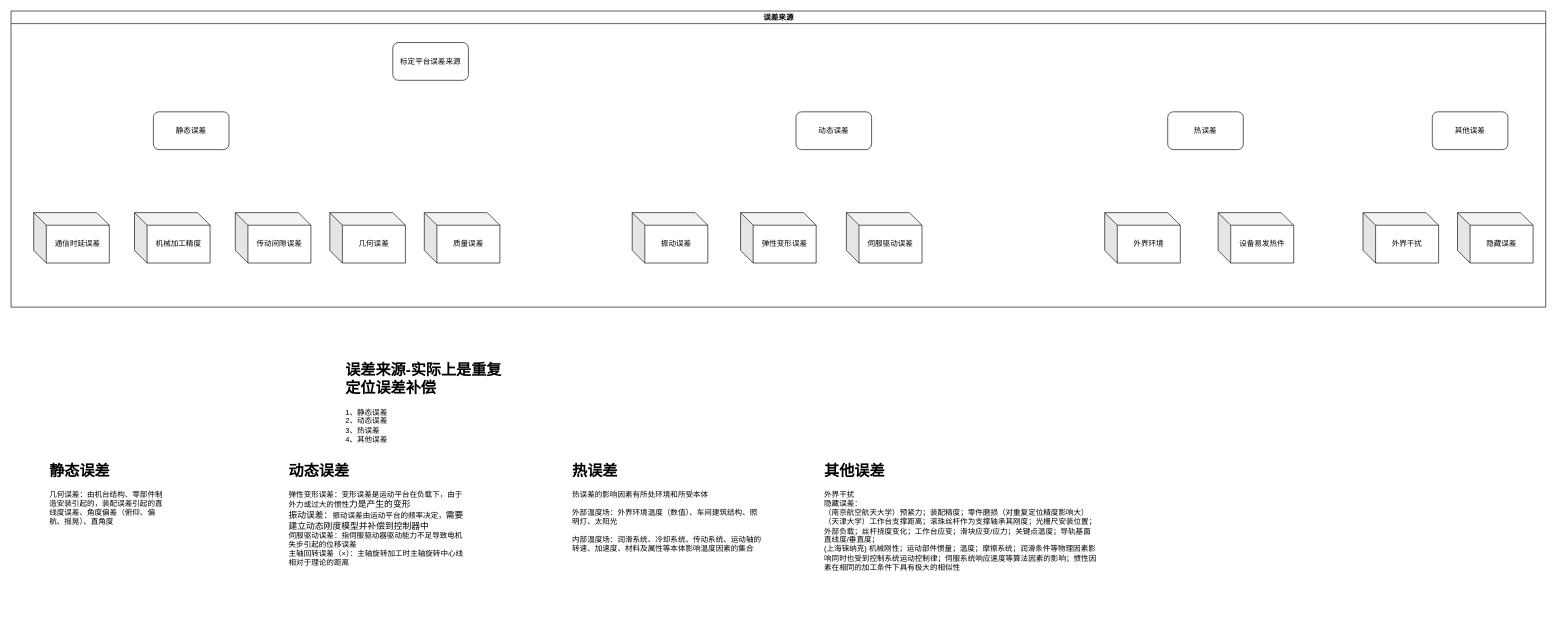
This is 误差来源.drawio from wjaswdd/draw.io, a draw.io file, before an edit. Source tidied: cells renumbered, new cells numbered last; positions are measured from the earlier drawing's top-left corner, leaving out a move shared by most shapes. Both pictures are drawn from the tidied source at 63%, with x=0, y=0 at pixel (11, 11).
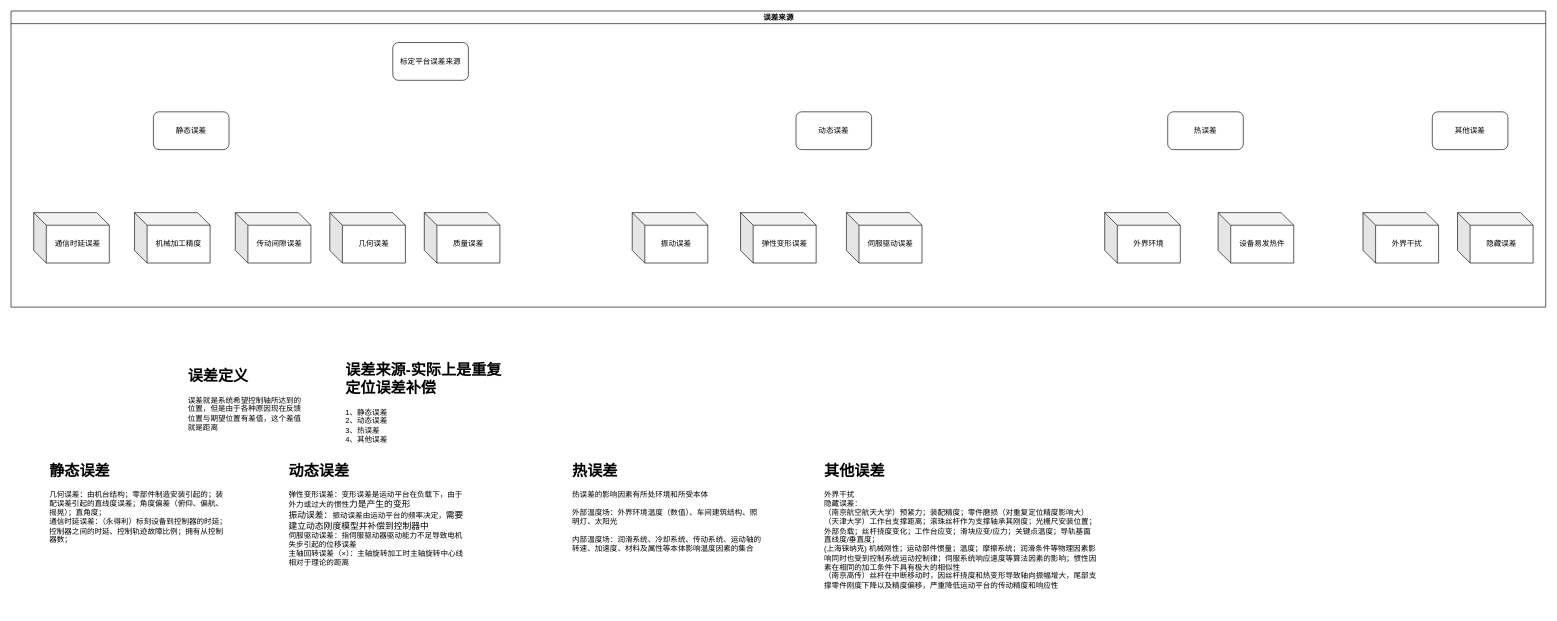
The same diagram, later.

Commit message:
更新误差来源.drawio

What changed in the source:
```diff
@@
-    <mxCell id="22" value="&lt;h1&gt;静态误差&lt;/h1&gt;&lt;div&gt;几何误差：由机台结构、零部件制造安装引起的，装配误差引起的直线度误差、角度偏差（俯仰、偏航、摇晃）、直角度&lt;/div&gt;" style="text;html=1;strokeColor=none;fillColor=none;spacing=5;spacingTop=-20;whiteSpace=wrap;overflow=hidden;rounded=0;" parent="1" vertex="1">
-      <mxGeometry x="56" y="710" width="190" height="150" as="geometry" />
+    <mxCell id="22" value="&lt;h1&gt;静态误差&lt;/h1&gt;&lt;div&gt;几何误差：由机台结构；零部件制造安装引起的；装配误差引起的直线度误差；角度偏差（俯仰、偏航、摇晃）；直角度；&lt;/div&gt;&lt;div&gt;通信时延误差：（永得利）标刻设备到控制器的时延；控制器之间的时延、控制轨迹故障比例；拥有从控制器数；&lt;/div&gt;" style="text;html=1;strokeColor=none;fillColor=none;spacing=5;spacingTop=-20;whiteSpace=wrap;overflow=hidden;rounded=0;" parent="1" vertex="1">
+      <mxGeometry x="56" y="710" width="290" height="200" as="geometry" />
     </mxCell>
-    <mxCell id="23" value="&lt;h1&gt;其他误差&lt;/h1&gt;&lt;div&gt;外界干扰&lt;/div&gt;&lt;div&gt;隐藏误差：&lt;/div&gt;（南京航空航天大学）&lt;span style=&quot;background-color: initial;&quot;&gt;预紧力；装配精度；零&lt;/span&gt;件磨损（对重复定位精度影响大）&lt;br&gt;（天津大学）工作台支撑距离；滚珠丝杆作为支撑轴承其刚度；光栅尺安装位置；外部负载；丝杆挠度变化；工作台应变；滑块应变/应力；关键点温度；导轨基面直线度/垂直度；&lt;br&gt;(上海铼纳克) 机械刚性；运动部件惯量；温度；摩擦系统；润滑条件等物理因素影响同时也受到控制系统运动控制律；伺服系统响应速度等算法因素的影响；惯性因素在相同的加工条件下具有极大的相似性" style="text;html=1;strokeColor=none;fillColor=none;spacing=5;spacingTop=-20;whiteSpace=wrap;overflow=hidden;rounded=0;" parent="1" vertex="1">
+    <mxCell id="23" value="&lt;h1&gt;其他误差&lt;/h1&gt;&lt;div&gt;外界干扰&lt;/div&gt;&lt;div&gt;隐藏误差：&lt;/div&gt;（南京航空航天大学）&lt;span style=&quot;background-color: initial;&quot;&gt;预紧力；装配精度；零&lt;/span&gt;件磨损（对重复定位精度影响大）&lt;br&gt;（天津大学）工作台支撑距离；滚珠丝杆作为支撑轴承其刚度；光栅尺安装位置；外部负载；丝杆挠度变化；工作台应变；滑块应变/应力；关键点温度；导轨基面直线度/垂直度；&lt;br&gt;(上海铼纳克) 机械刚性；运动部件惯量；温度；摩擦系统；润滑条件等物理因素影响同时也受到控制系统运动控制律；伺服系统响应速度等算法因素的影响；惯性因素在相同的加工条件下具有极大的相似性&lt;br&gt;（南京高传）丝杆在中断移动时，因丝杆挠度和热变形导致轴向振幅增大，尾部支撑零件刚度下降以及精度偏移，严重降低运动平台的传动精度和响应性" style="text;html=1;strokeColor=none;fillColor=none;spacing=5;spacingTop=-20;whiteSpace=wrap;overflow=hidden;rounded=0;" parent="1" vertex="1">
       <mxGeometry x="1286" y="710" width="440" height="240" as="geometry" />
     </mxCell>
@@
+    <mxCell id="25" value="&lt;h1&gt;误差定义&lt;br&gt;&lt;/h1&gt;&lt;div&gt;误差就是系统希望控制轴所达到的位置，但是由于各种原因现在反馈位置与期望位置有差值，这个差值就是距离&lt;br&gt;&lt;/div&gt;" style="text;html=1;strokeColor=none;fillColor=none;spacing=5;spacingTop=-20;whiteSpace=wrap;overflow=hidden;rounded=0;" parent="1" vertex="1">
+      <mxGeometry x="276" y="560" width="190" height="120" as="geometry" />
+    </mxCell>
```
